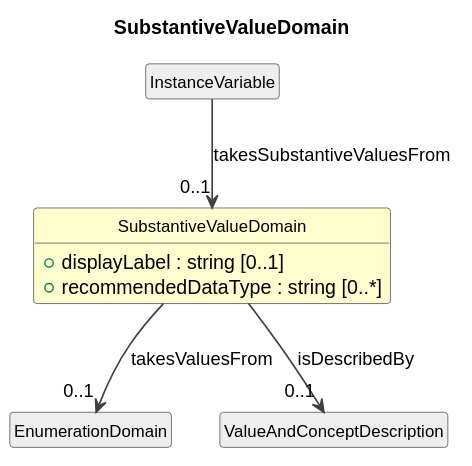
Above: cdif-uml-model/BasicDataDescription/Classes/SubstantiveValueDomain.svg in Cross-Domain-Interoperability-Framework/metadataBuildingBlocks (PlantUML), before the change. Its diagram source:
```plantuml
@startuml
title SubstantiveValueDomain
hide circle
hide empty members
skinparam shadowing false
skinparam ArrowThickness 1.2
skinparam class {
  ArrowColor #404040
  BorderColor #404040
  FontSize 12
}

class "SubstantiveValueDomain" as SubstantiveValueDomain #FEFECE {
  +displayLabel : string [0..1]
  +recommendedDataType : string [0..*]
}
class "InstanceVariable" as InstanceVariable #EEEEEE
InstanceVariable --> "0..1" SubstantiveValueDomain : takesSubstantiveValuesFrom
class "EnumerationDomain" as EnumerationDomain #EEEEEE
SubstantiveValueDomain --> "0..1" EnumerationDomain : takesValuesFrom
class "ValueAndConceptDescription" as ValueAndConceptDescription #EEEEEE
SubstantiveValueDomain --> "0..1" ValueAndConceptDescription : isDescribedBy
@enduml
```
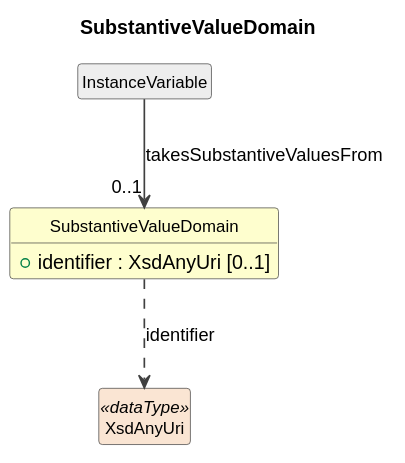
After the commit.

What changed in the source:
```diff
@@ -11,13 +11,10 @@
 }
 
 class "SubstantiveValueDomain" as SubstantiveValueDomain #FEFECE {
-  +displayLabel : string [0..1]
-  +recommendedDataType : string [0..*]
+  +identifier : XsdAnyUri [0..1]
 }
 class "InstanceVariable" as InstanceVariable #EEEEEE
 InstanceVariable --> "0..1" SubstantiveValueDomain : takesSubstantiveValuesFrom
-class "EnumerationDomain" as EnumerationDomain #EEEEEE
-SubstantiveValueDomain --> "0..1" EnumerationDomain : takesValuesFrom
-class "ValueAndConceptDescription" as ValueAndConceptDescription #EEEEEE
-SubstantiveValueDomain --> "0..1" ValueAndConceptDescription : isDescribedBy
+class "XsdAnyUri" as XsdAnyUri <<dataType>> #FAE5D3
+SubstantiveValueDomain ..> XsdAnyUri : identifier
 @enduml
```
